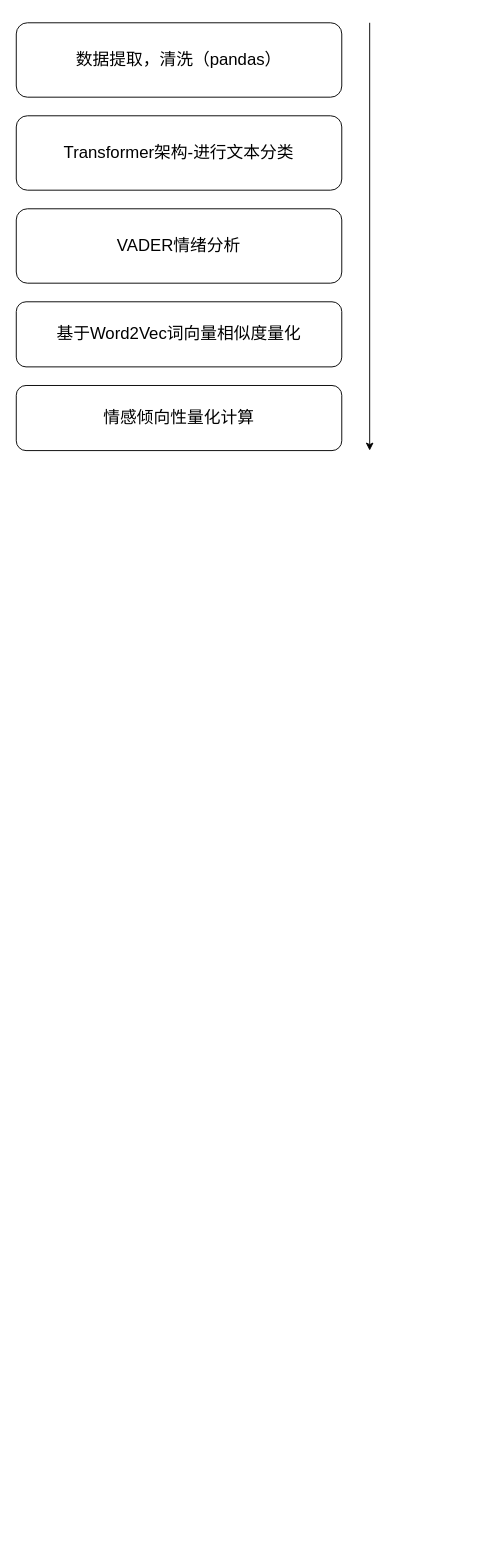
Above: 情绪分析.drawio in zhzhaoze/IFT420-Cloud-diagram (draw.io), before the change. Source tidied: cells renumbered, new cells numbered last; positions are measured from the earlier drawing's top-left corner, leaving out a move shared by most shapes. Both pictures are drawn from the tidied source at 93%, with x=0, y=0 at pixel (16, 22).
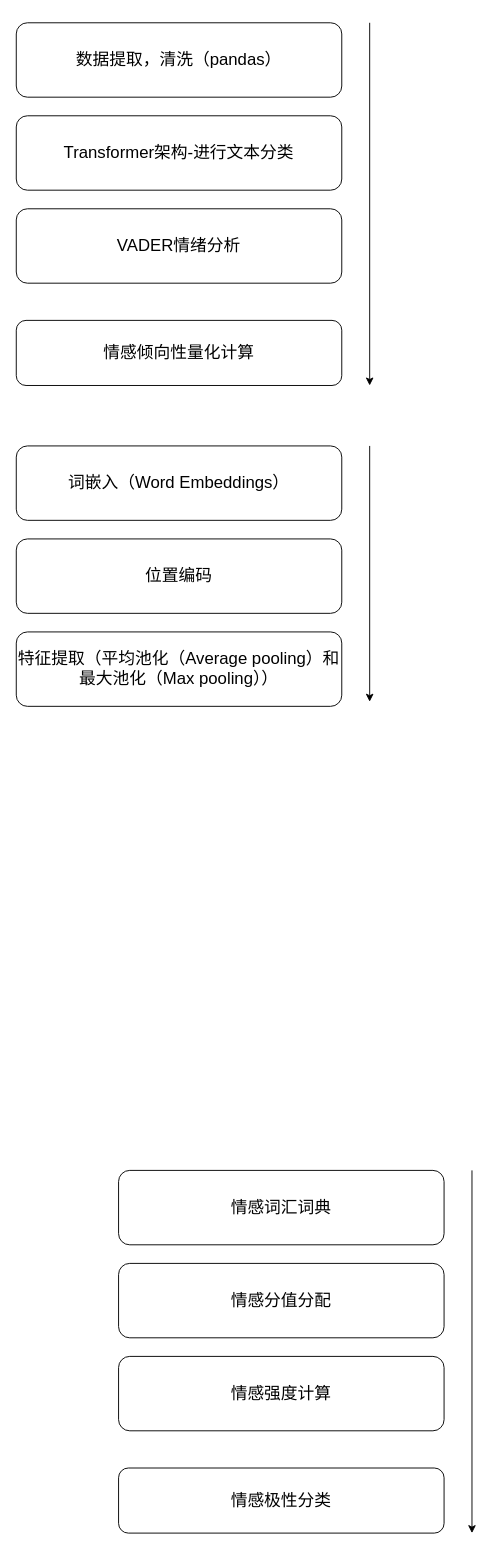
The same page after the edit.

Commit message:
更新情绪分析.drawio

Change to the diagram source:
```diff
@@
 <mxGraphModel>
   <root>
     <mxCell id="0" />
     <mxCell id="1" parent="0" />
     <mxCell id="2" value="&lt;font style=&quot;font-size: 18px;&quot;&gt;数据提取，清洗（pandas）&lt;/font&gt;" style="rounded=1;whiteSpace=wrap;html=1;fontSize=12;glass=0;strokeWidth=1;shadow=0;" parent="1" vertex="1">
       <mxGeometry width="350" height="80" as="geometry" />
     </mxCell>
     <mxCell id="3" value="&lt;font style=&quot;font-size: 18px;&quot;&gt;Transformer架构-进行文本分类&lt;/font&gt;" style="rounded=1;whiteSpace=wrap;html=1;fontSize=12;glass=0;strokeWidth=1;shadow=0;" parent="1" vertex="1">
       <mxGeometry y="100" width="350" height="80" as="geometry" />
     </mxCell>
     <mxCell id="4" value="&lt;font style=&quot;font-size: 18px;&quot;&gt;VADER情绪分析&lt;/font&gt;" style="rounded=1;whiteSpace=wrap;html=1;fontSize=12;glass=0;strokeWidth=1;shadow=0;" parent="1" vertex="1">
       <mxGeometry y="200" width="350" height="80" as="geometry" />
     </mxCell>
-    <mxCell id="5" value="&lt;font style=&quot;font-size: 18px;&quot;&gt;基于Word2Vec词向量相似度量化&lt;/font&gt;" style="rounded=1;whiteSpace=wrap;html=1;fontSize=12;glass=0;strokeWidth=1;shadow=0;" parent="1" vertex="1">
-      <mxGeometry y="300" width="350" height="70" as="geometry" />
-    </mxCell>
     <mxCell id="6" value="&lt;font style=&quot;font-size: 18px;&quot;&gt;情感倾向性量化计算&lt;/font&gt;" style="rounded=1;whiteSpace=wrap;html=1;fontSize=12;glass=0;strokeWidth=1;shadow=0;" parent="1" vertex="1">
-      <mxGeometry y="390" width="350" height="70" as="geometry" />
+      <mxGeometry y="320" width="350" height="70" as="geometry" />
     </mxCell>
     <mxCell id="7" style="endArrow=classic;html=1;rounded=0;" parent="1" edge="1">
       <mxGeometry relative="1" as="geometry">
         <mxPoint x="380" as="sourcePoint" />
-        <mxPoint x="380" y="460" as="targetPoint" />
+        <mxPoint x="380" y="390" as="targetPoint" />
       </mxGeometry>
     </mxCell>
+    <mxCell id="8" value="&lt;span style=&quot;font-size: 18px;&quot;&gt;词嵌入（Word Embeddings）&lt;/span&gt;" style="rounded=1;whiteSpace=wrap;html=1;fontSize=12;glass=0;strokeWidth=1;shadow=0;" parent="1" vertex="1">
+      <mxGeometry y="455" width="350" height="80" as="geometry" />
+    </mxCell>
+    <mxCell id="9" value="&lt;span style=&quot;font-size: 18px;&quot;&gt;位置编码&lt;/span&gt;" style="rounded=1;whiteSpace=wrap;html=1;fontSize=12;glass=0;strokeWidth=1;shadow=0;" parent="1" vertex="1">
+      <mxGeometry y="555" width="350" height="80" as="geometry" />
+    </mxCell>
+    <mxCell id="10" value="&lt;font style=&quot;font-size: 18px;&quot;&gt;特征提取（平均池化（Average pooling）和最大池化（Max pooling））&lt;/font&gt;" style="rounded=1;whiteSpace=wrap;html=1;fontSize=12;glass=0;strokeWidth=1;shadow=0;" parent="1" vertex="1">
+      <mxGeometry y="655" width="350" height="80" as="geometry" />
+    </mxCell>
+    <mxCell id="11" style="endArrow=classic;html=1;rounded=0;" parent="1" edge="1">
+      <mxGeometry relative="1" as="geometry">
+        <mxPoint x="380" y="455" as="sourcePoint" />
+        <mxPoint x="380" y="730" as="targetPoint" />
+      </mxGeometry>
+    </mxCell>
+    <mxCell id="12" value="&lt;font style=&quot;font-size: 18px;&quot;&gt;情感词汇词典&lt;/font&gt;" style="rounded=1;whiteSpace=wrap;html=1;fontSize=12;glass=0;strokeWidth=1;shadow=0;" parent="1" vertex="1">
+      <mxGeometry x="110" y="1234" width="350" height="80" as="geometry" />
+    </mxCell>
+    <mxCell id="13" value="&lt;font style=&quot;font-size: 18px;&quot;&gt;情感分值分配&lt;/font&gt;" style="rounded=1;whiteSpace=wrap;html=1;fontSize=12;glass=0;strokeWidth=1;shadow=0;" parent="1" vertex="1">
+      <mxGeometry x="110" y="1334" width="350" height="80" as="geometry" />
+    </mxCell>
+    <mxCell id="14" value="&lt;font style=&quot;font-size: 18px;&quot;&gt;情感强度计算&lt;/font&gt;" style="rounded=1;whiteSpace=wrap;html=1;fontSize=12;glass=0;strokeWidth=1;shadow=0;" parent="1" vertex="1">
+      <mxGeometry x="110" y="1434" width="350" height="80" as="geometry" />
+    </mxCell>
+    <mxCell id="15" value="&lt;font style=&quot;font-size: 18px;&quot;&gt;情感极性分类&lt;/font&gt;" style="rounded=1;whiteSpace=wrap;html=1;fontSize=12;glass=0;strokeWidth=1;shadow=0;" parent="1" vertex="1">
+      <mxGeometry x="110" y="1554" width="350" height="70" as="geometry" />
+    </mxCell>
+    <mxCell id="16" style="endArrow=classic;html=1;rounded=0;" parent="1" edge="1">
+      <mxGeometry relative="1" as="geometry">
+        <mxPoint x="490" y="1234" as="sourcePoint" />
+        <mxPoint x="490" y="1624" as="targetPoint" />
+      </mxGeometry>
+    </mxCell>
   </root>
 </mxGraphModel>
```
